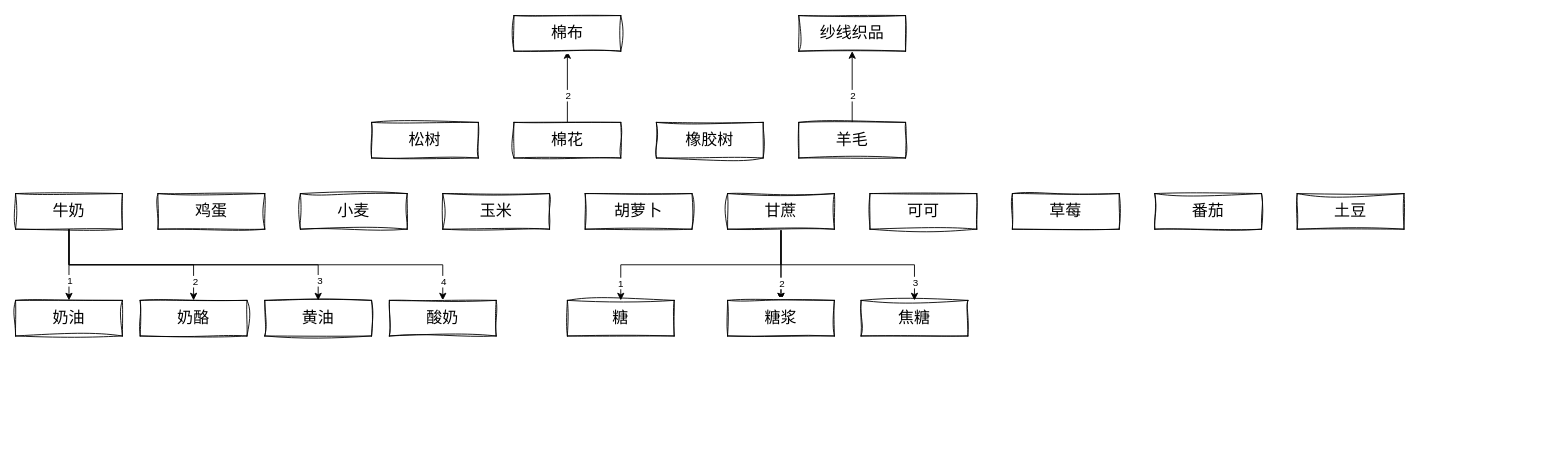
Above: 未命名绘图.drawio in akon0076/xmind (draw.io), before the change. Source tidied: cells renumbered, new cells numbered last; positions are measured from the earlier drawing's top-left corner, leaving out a move shared by most shapes. Both pictures are drawn from the tidied source at 89%, with x=0, y=0 at pixel (15, 15).
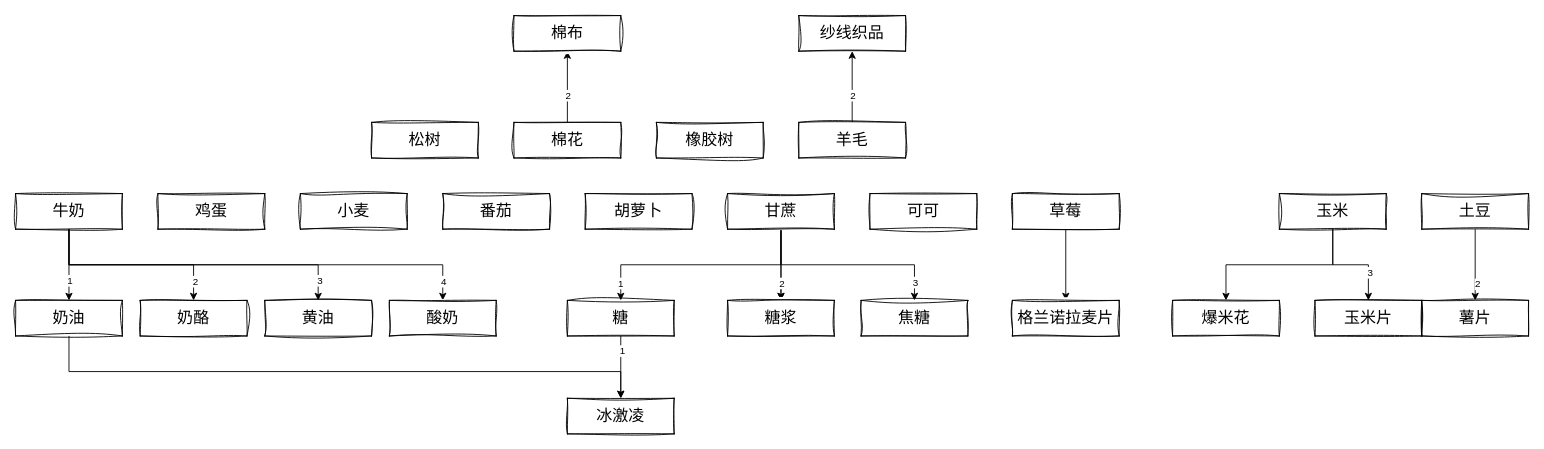
The same page after the edit.

Commit message (it also covers changes not shown here):
更新未命名绘图.drawio

The change refers to these unchanged cells:
```xml
<mxCell id="28" value="草莓" style="rounded=0;whiteSpace=wrap;html=1;sketch=1;curveFitting=1;jiggle=2;fontSize=18;" parent="1" vertex="1">
  <mxGeometry x="1120" y="200" width="120" height="40" as="geometry" />
</mxCell>
<mxCell id="34" value="糖" style="rounded=0;whiteSpace=wrap;html=1;sketch=1;curveFitting=1;jiggle=2;fontSize=18;" parent="1" vertex="1">
  <mxGeometry x="620" y="320" width="120" height="40" as="geometry" />
</mxCell>
<mxCell id="37" value="奶油" style="rounded=0;whiteSpace=wrap;html=1;sketch=1;curveFitting=1;jiggle=2;fontSize=18;" parent="1" vertex="1">
  <mxGeometry y="320" width="120" height="40" as="geometry" />
</mxCell>
```

Diff of the diagram source:
```diff
@@
+    <mxCell id="43" style="edgeStyle=orthogonalEdgeStyle;rounded=0;jettySize=auto;html=1;entryX=0.5;entryY=0;entryDx=0;entryDy=0;" parent="1" edge="1" source="16" target="53">
+      <mxGeometry relative="1" as="geometry" />
+    </mxCell>
+    <mxCell id="44" value="3" style="edgeLabel;html=1;align=center;verticalAlign=middle;" parent="43" vertex="1">
+      <mxGeometry x="0.46" y="1" relative="1" as="geometry" />
+    </mxCell>
+    <mxCell id="45" style="edgeStyle=orthogonalEdgeStyle;rounded=0;jettySize=auto;html=1;" parent="1" edge="1" source="16" target="52">
+      <mxGeometry relative="1" as="geometry" />
+    </mxCell>
     <mxCell id="16" value="玉米" style="rounded=0;whiteSpace=wrap;html=1;sketch=1;curveFitting=1;jiggle=2;fontSize=18;" parent="1" vertex="1">
-      <mxGeometry x="480" y="200" width="120" height="40" as="geometry" />
+      <mxGeometry x="1420" y="200" width="120" height="40" as="geometry" />
     </mxCell>
@@
+    <mxCell id="46" style="edgeStyle=orthogonalEdgeStyle;rounded=0;jettySize=auto;html=1;entryX=0.5;entryY=0;entryDx=0;entryDy=0;" parent="1" edge="1" source="28" target="54">
+      <mxGeometry relative="1" as="geometry" />
+    </mxCell>
@@
     <mxCell id="29" value="番茄" style="rounded=0;whiteSpace=wrap;html=1;sketch=1;curveFitting=1;jiggle=2;fontSize=18;" parent="1" vertex="1">
-      <mxGeometry x="1280" y="200" width="120" height="40" as="geometry" />
+      <mxGeometry x="480" y="200" width="120" height="40" as="geometry" />
     </mxCell>
@@
+    <mxCell id="47" style="edgeStyle=orthogonalEdgeStyle;rounded=0;jettySize=auto;html=1;" parent="1" edge="1" source="31" target="55">
+      <mxGeometry relative="1" as="geometry" />
+    </mxCell>
+    <mxCell id="48" value="2" style="edgeLabel;html=1;align=center;verticalAlign=middle;" parent="47" vertex="1">
+      <mxGeometry x="0.53" y="2" relative="1" as="geometry" />
+    </mxCell>
     <mxCell id="31" value="土豆" style="rounded=0;whiteSpace=wrap;html=1;sketch=1;curveFitting=1;jiggle=2;fontSize=18;" parent="1" vertex="1">
-      <mxGeometry x="1440" y="200" width="120" height="40" as="geometry" />
+      <mxGeometry x="1580" y="200" width="120" height="40" as="geometry" />
     </mxCell>
@@
+    <mxCell id="49" style="edgeStyle=orthogonalEdgeStyle;rounded=0;jettySize=auto;html=1;entryX=0.5;entryY=0;entryDx=0;entryDy=0;" parent="1" edge="1" source="34" target="56">
+      <mxGeometry relative="1" as="geometry" />
+    </mxCell>
+    <mxCell id="50" value="1" style="edgeLabel;html=1;align=center;verticalAlign=middle;" parent="49" vertex="1">
+      <mxGeometry x="-0.54" y="1" relative="1" as="geometry" />
+    </mxCell>
@@
+    <mxCell id="51" style="edgeStyle=orthogonalEdgeStyle;rounded=0;jettySize=auto;html=1;" parent="1" edge="1" source="37" target="56">
+      <mxGeometry relative="1" as="geometry">
+        <Array as="points">
+          <mxPoint x="60" y="400" />
+          <mxPoint x="680" y="400" />
+        </Array>
+      </mxGeometry>
+    </mxCell>
@@
+    <mxCell id="52" value="爆米花" style="rounded=0;whiteSpace=wrap;html=1;sketch=1;curveFitting=1;jiggle=2;fontSize=18;" parent="1" vertex="1">
+      <mxGeometry x="1300" y="320" width="120" height="40" as="geometry" />
+    </mxCell>
+    <mxCell id="53" value="玉米片" style="rounded=0;whiteSpace=wrap;html=1;sketch=1;curveFitting=1;jiggle=2;fontSize=18;" parent="1" vertex="1">
+      <mxGeometry x="1460" y="320" width="120" height="40" as="geometry" />
+    </mxCell>
+    <mxCell id="54" value="格兰诺拉麦片" style="rounded=0;whiteSpace=wrap;html=1;sketch=1;curveFitting=1;jiggle=2;fontSize=18;" parent="1" vertex="1">
+      <mxGeometry x="1120" y="320" width="120" height="40" as="geometry" />
+    </mxCell>
+    <mxCell id="55" value="薯片" style="rounded=0;whiteSpace=wrap;html=1;sketch=1;curveFitting=1;jiggle=2;fontSize=18;" parent="1" vertex="1">
+      <mxGeometry x="1580" y="320" width="120" height="40" as="geometry" />
+    </mxCell>
+    <mxCell id="56" value="冰激凌" style="rounded=0;whiteSpace=wrap;html=1;sketch=1;curveFitting=1;jiggle=2;fontSize=18;" parent="1" vertex="1">
+      <mxGeometry x="620" y="430" width="120" height="40" as="geometry" />
+    </mxCell>
```
